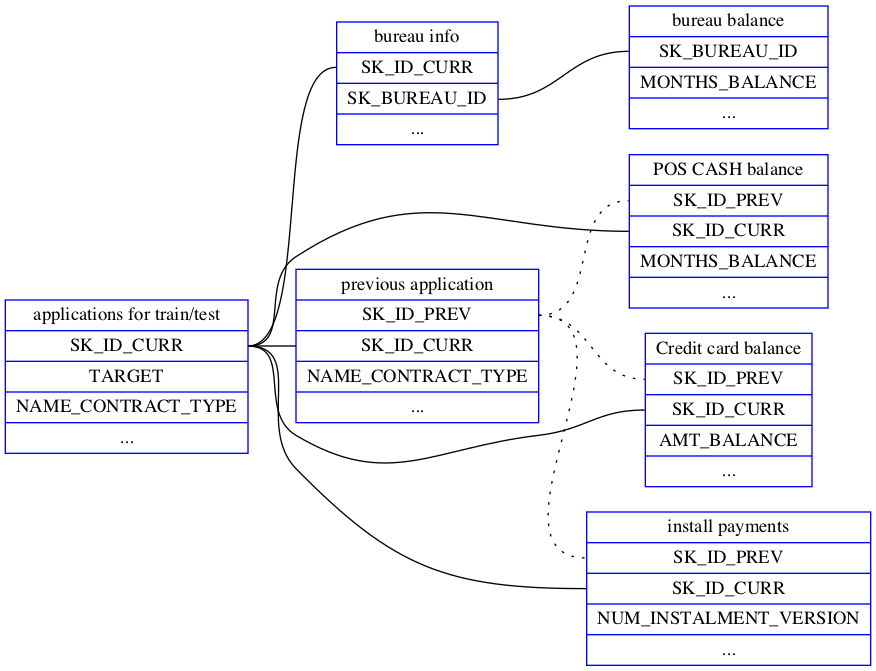
Before: homeCredit/DataStructure.png, a diagram exported from Graphviz (zheddie/mloni). Its source is kept beside it as homeCredit/DataStructure.gv.
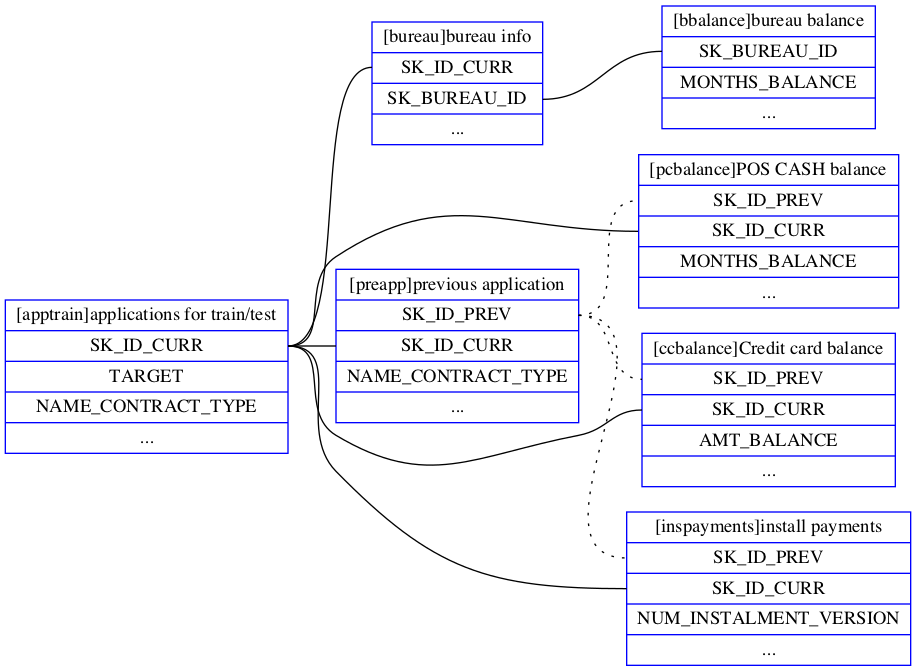
Above is the later version.

Change to the diagram source:
```diff
@@ -1,13 +1,13 @@
 digraph structs {
     node [shape=record];
 
-    apptrain [color = blue,label="<f1> applications for train/test|<f2> SK_ID_CURR| <f3> TARGET| <F4> NAME_CONTRACT_TYPE| ..."];
-    bureau [color = blue,label="<f1> bureau info|<f2> SK_ID_CURR | <f3> SK_BUREAU_ID|..."];
-    bbalance [color = blue,label="<f1> bureau balance|<f2> SK_BUREAU_ID | <f3> MONTHS_BALANCE|..."];
-    preapp [color = blue,label="<f1> previous application|<f2> SK_ID_PREV | <f3> SK_ID_CURR|<f4> NAME_CONTRACT_TYPE| ..."];
-    pcbalance [color = blue,label="<f1> POS CASH balance|<f2> SK_ID_PREV | <f3> SK_ID_CURR| <f4>MONTHS_BALANCE |..."];
-    ccbalance [color = blue,label="<f1> Credit card balance|<f2> SK_ID_PREV | <f3> SK_ID_CURR| <f4>AMT_BALANCE |..."];
-    inspayments [color = blue,label="<f1> install payments|<f2> SK_ID_PREV | <f3> SK_ID_CURR| <f4>NUM_INSTALMENT_VERSION |..."];
+    apptrain [color = blue,label="<f1> [apptrain]applications for train/test|<f2> SK_ID_CURR| <f3> TARGET| <F4> NAME_CONTRACT_TYPE| ..."];
+    bureau [color = blue,label="<f1> [bureau]bureau info|<f2> SK_ID_CURR | <f3> SK_BUREAU_ID|..."];
+    bbalance [color = blue,label="<f1> [bbalance]bureau balance|<f2> SK_BUREAU_ID | <f3> MONTHS_BALANCE|..."];
+    preapp [color = blue,label="<f1> [preapp]previous application|<f2> SK_ID_PREV | <f3> SK_ID_CURR|<f4> NAME_CONTRACT_TYPE| ..."];
+    pcbalance [color = blue,label="<f1> [pcbalance]POS CASH balance|<f2> SK_ID_PREV | <f3> SK_ID_CURR| <f4>MONTHS_BALANCE |..."];
+    ccbalance [color = blue,label="<f1> [ccbalance]Credit card balance|<f2> SK_ID_PREV | <f3> SK_ID_CURR| <f4>AMT_BALANCE |..."];
+    inspayments [color = blue,label="<f1> [inspayments]install payments|<f2> SK_ID_PREV | <f3> SK_ID_CURR| <f4>NUM_INSTALMENT_VERSION |..."];
 
     apptrain:f2 -> bureau:f2 [arrowhead=none];
     bureau:f3 -> bbalance:f2 [arrowhead=none];
```
